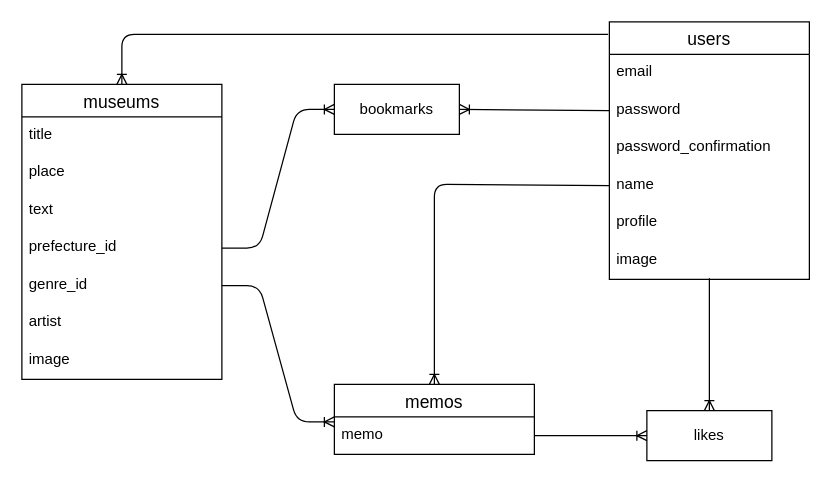
This is biboroku.dio from dickey-n/biboroku, a draw.io file, before an edit. Source tidied: cells renumbered, new cells numbered last; positions are measured from the earlier drawing's top-left corner, leaving out a move shared by most shapes. Both pictures are drawn from the tidied source at 125%, with x=0, y=0 at pixel (21, 21).
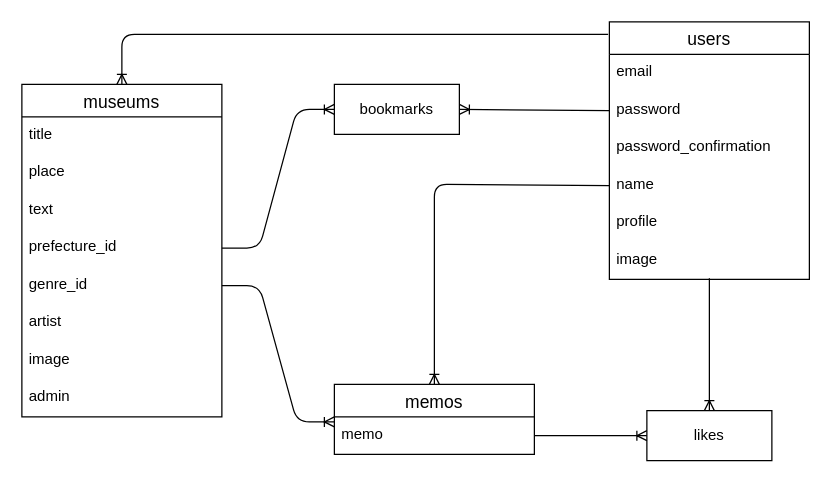
The same page after the edit.

The edit, as a diff of the source:
```diff
@@
     <mxCell id="20" value="museums" style="swimlane;fontStyle=0;horizontal=1;startSize=26;align=center;fontSize=14;" parent="1" vertex="1">
-      <mxGeometry y="50" width="160" height="236" as="geometry" />
+      <mxGeometry y="50" width="160" height="266" as="geometry" />
     </mxCell>
@@
+    <mxCell id="28" value="admin" style="text;strokeColor=none;fillColor=none;spacingLeft=4;spacingRight=4;overflow=hidden;fontSize=12;" parent="20" vertex="1">
+      <mxGeometry y="236" width="160" height="30" as="geometry" />
+    </mxCell>
```
